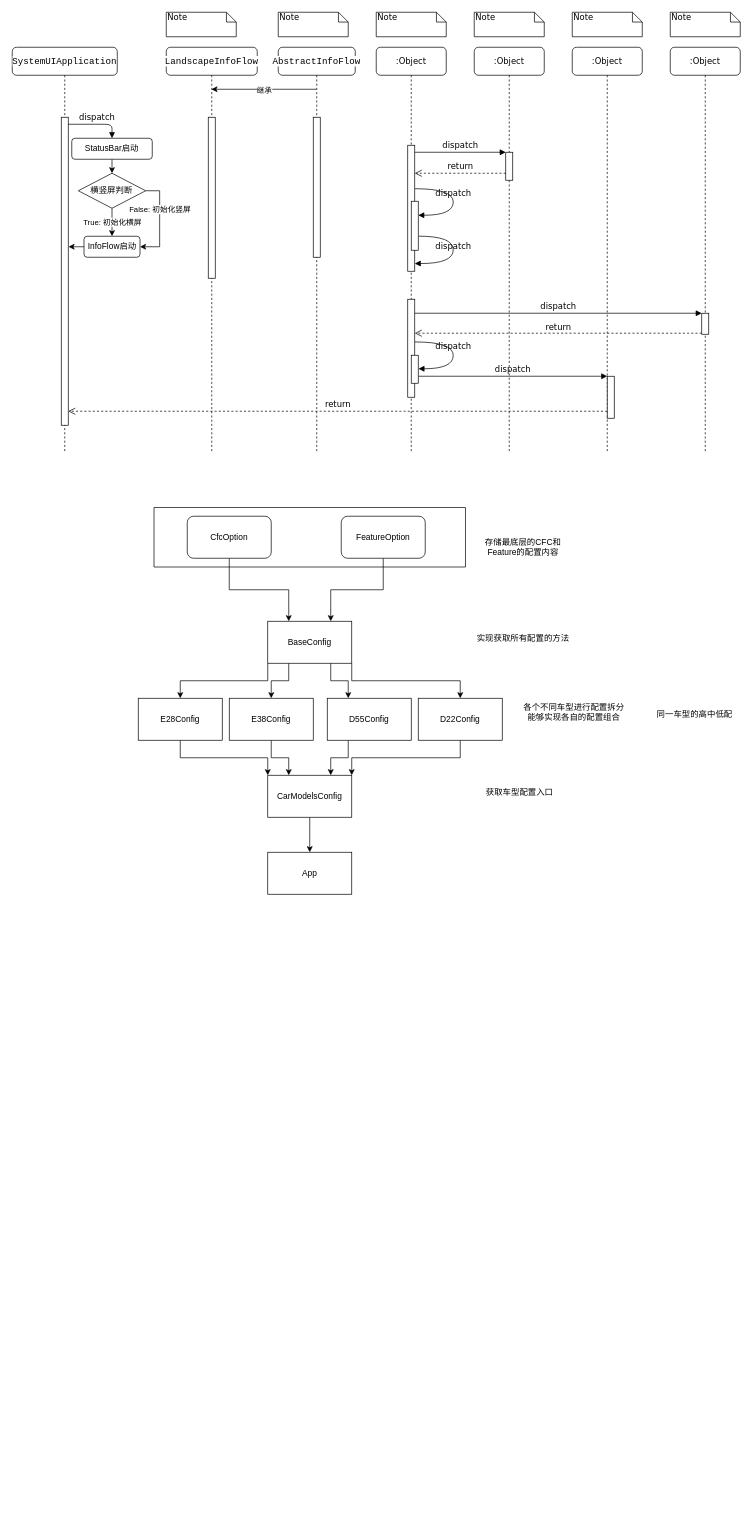
NanShanWuLe/FirstGitHub keeps this draw.io diagram as infoflow学习.drawio. Above is the earlier version. Source tidied: cells renumbered, new cells numbered last; positions are measured from the earlier drawing's top-left corner, leaving out a move shared by most shapes. Both pictures are drawn from the tidied source at 70%, with x=0, y=0 at pixel (12, 12).
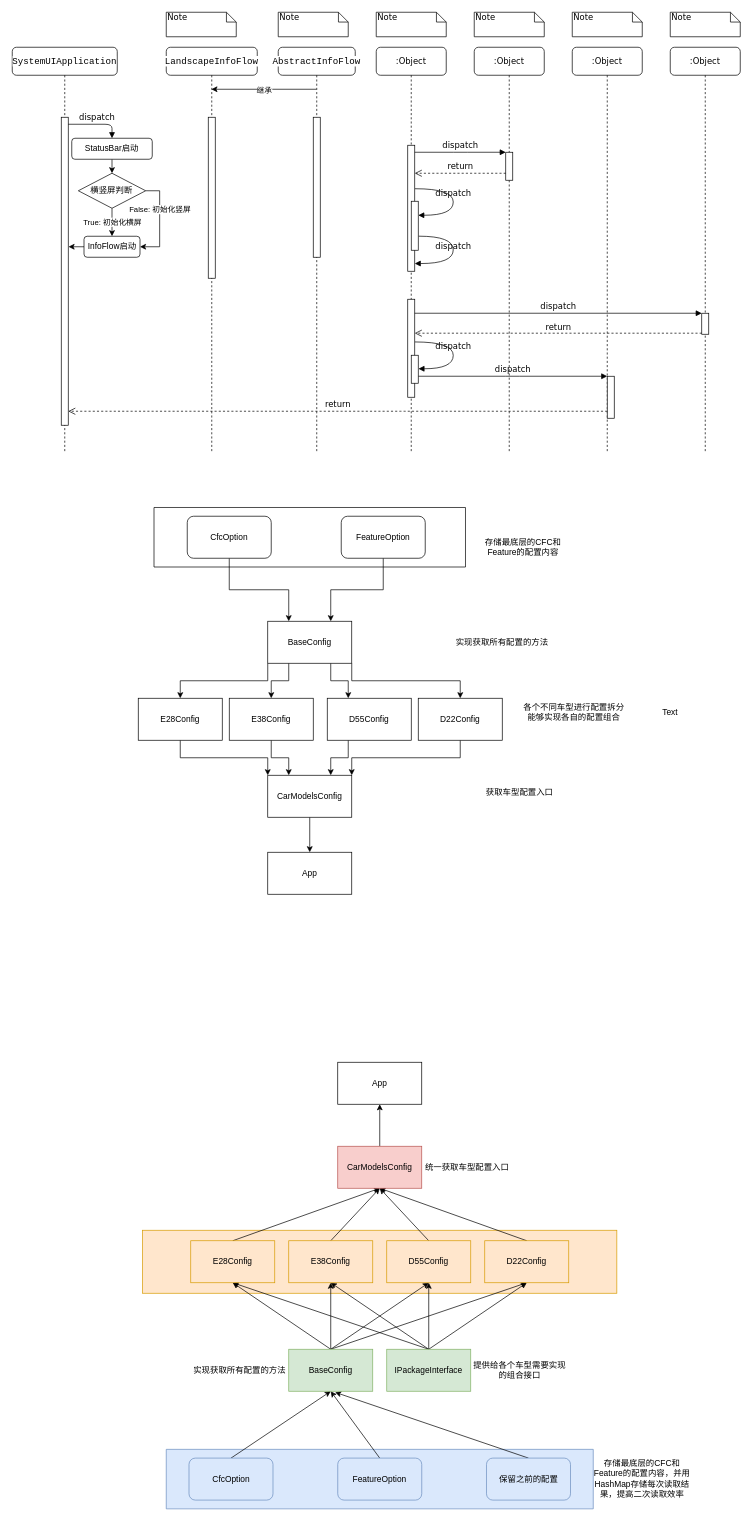
The same diagram, later.

Diff of the diagram source:
```diff
@@
+    <mxCell id="71" style="rounded=0;whiteSpace=wrap;html=1;fillColor=#ffe6cc;strokeColor=#d79b00;" parent="1" vertex="1">
+      <mxGeometry x="186.2" y="1740" width="677.5" height="90" as="geometry" />
+    </mxCell>
@@
     <mxCell id="56" value="实现获取所有配置的方法" style="text;html=1;strokeColor=none;fillColor=none;align=center;verticalAlign=middle;whiteSpace=wrap;rounded=0;" parent="1" vertex="1">
-      <mxGeometry x="660" y="870" width="140" height="50" as="geometry" />
+      <mxGeometry x="630" y="875" width="140" height="50" as="geometry" />
     </mxCell>
@@
-    <mxCell id="70" value="同一车型的高中低配" style="text;html=1;strokeColor=none;fillColor=none;align=center;verticalAlign=middle;whiteSpace=wrap;rounded=0;" parent="1" vertex="1">
-      <mxGeometry x="910" y="985" width="130" height="35" as="geometry" />
+    <mxCell id="70" value="Text" style="text;html=1;strokeColor=none;fillColor=none;align=center;verticalAlign=middle;whiteSpace=wrap;rounded=0;" parent="1" vertex="1">
+      <mxGeometry x="910" y="985" width="60" height="30" as="geometry" />
     </mxCell>
+    <mxCell id="72" style="verticalLabelPosition=bottom;verticalAlign=top;html=1;shape=mxgraph.basic.rect;fillColor2=none;strokeWidth=1;size=20;indent=5;fillColor=#dae8fc;strokeColor=#6c8ebf;" parent="1" vertex="1">
+      <mxGeometry x="220" y="2053" width="610" height="85" as="geometry" />
+    </mxCell>
+    <mxCell id="73" style="edgeStyle=none;rounded=0;jettySize=auto;html=1;exitX=0.5;exitY=0;exitDx=0;exitDy=0;entryX=0.5;entryY=1;entryDx=0;entryDy=0;" parent="1" edge="1" source="74" target="83">
+      <mxGeometry relative="1" as="geometry" />
+    </mxCell>
+    <mxCell id="74" value="CfcOption" style="rounded=1;whiteSpace=wrap;html=1;fillColor=#dae8fc;strokeColor=#6c8ebf;" parent="1" vertex="1">
+      <mxGeometry x="252.5" y="2065.5" width="120" height="60" as="geometry" />
+    </mxCell>
+    <mxCell id="75" style="edgeStyle=none;rounded=0;jettySize=auto;html=1;exitX=0.5;exitY=0;exitDx=0;exitDy=0;entryX=0.5;entryY=1;entryDx=0;entryDy=0;" parent="1" edge="1" source="76" target="83">
+      <mxGeometry relative="1" as="geometry" />
+    </mxCell>
+    <mxCell id="76" value="FeatureOption" style="rounded=1;whiteSpace=wrap;html=1;fillColor=#dae8fc;strokeColor=#6c8ebf;" parent="1" vertex="1">
+      <mxGeometry x="465" y="2065.5" width="120" height="60" as="geometry" />
+    </mxCell>
+    <mxCell id="77" style="edgeStyle=none;rounded=0;jettySize=auto;html=1;exitX=0.5;exitY=0;exitDx=0;exitDy=0;entryX=0.553;entryY=1.026;entryDx=0;entryDy=0;entryPerimeter=0;" parent="1" edge="1" source="78" target="83">
+      <mxGeometry relative="1" as="geometry" />
+    </mxCell>
+    <mxCell id="78" value="保留之前的配置" style="rounded=1;whiteSpace=wrap;html=1;fillColor=#dae8fc;strokeColor=#6c8ebf;" parent="1" vertex="1">
+      <mxGeometry x="677.5" y="2065.5" width="120" height="60" as="geometry" />
+    </mxCell>
+    <mxCell id="79" style="edgeStyle=none;rounded=0;jettySize=auto;html=1;exitX=0.5;exitY=0;exitDx=0;exitDy=0;entryX=0.5;entryY=1;entryDx=0;entryDy=0;" parent="1" edge="1" source="83" target="90">
+      <mxGeometry relative="1" as="geometry" />
+    </mxCell>
+    <mxCell id="80" style="edgeStyle=none;rounded=0;jettySize=auto;html=1;exitX=0.5;exitY=0;exitDx=0;exitDy=0;entryX=0.5;entryY=1;entryDx=0;entryDy=0;" parent="1" edge="1" source="83" target="92">
+      <mxGeometry relative="1" as="geometry" />
+    </mxCell>
+    <mxCell id="81" style="edgeStyle=none;rounded=0;jettySize=auto;html=1;exitX=0.5;exitY=0;exitDx=0;exitDy=0;entryX=0.5;entryY=1;entryDx=0;entryDy=0;" parent="1" edge="1" source="83" target="94">
+      <mxGeometry relative="1" as="geometry" />
+    </mxCell>
+    <mxCell id="82" style="edgeStyle=none;rounded=0;jettySize=auto;html=1;exitX=0.5;exitY=0;exitDx=0;exitDy=0;entryX=0.5;entryY=1;entryDx=0;entryDy=0;" parent="1" edge="1" source="83" target="96">
+      <mxGeometry relative="1" as="geometry" />
+    </mxCell>
+    <mxCell id="83" value="BaseConfig" style="rounded=0;whiteSpace=wrap;html=1;fillColor=#d5e8d4;strokeColor=#82b366;" parent="1" vertex="1">
+      <mxGeometry x="395" y="1910" width="120" height="60" as="geometry" />
+    </mxCell>
+    <mxCell id="84" style="edgeStyle=none;rounded=0;jettySize=auto;html=1;exitX=0.5;exitY=0;exitDx=0;exitDy=0;entryX=0.5;entryY=1;entryDx=0;entryDy=0;" parent="1" edge="1" source="88" target="90">
+      <mxGeometry relative="1" as="geometry" />
+    </mxCell>
+    <mxCell id="85" style="edgeStyle=none;rounded=0;jettySize=auto;html=1;exitX=0.5;exitY=0;exitDx=0;exitDy=0;entryX=0.5;entryY=1;entryDx=0;entryDy=0;" parent="1" edge="1" source="88" target="92">
+      <mxGeometry relative="1" as="geometry" />
+    </mxCell>
+    <mxCell id="86" style="edgeStyle=none;rounded=0;jettySize=auto;html=1;exitX=0.5;exitY=0;exitDx=0;exitDy=0;entryX=0.5;entryY=1;entryDx=0;entryDy=0;" parent="1" edge="1" source="88" target="94">
+      <mxGeometry relative="1" as="geometry" />
+    </mxCell>
+    <mxCell id="87" style="edgeStyle=none;rounded=0;jettySize=auto;html=1;exitX=0.5;exitY=0;exitDx=0;exitDy=0;entryX=0.5;entryY=1;entryDx=0;entryDy=0;" parent="1" edge="1" source="88" target="96">
+      <mxGeometry relative="1" as="geometry" />
+    </mxCell>
+    <mxCell id="88" value="IPackageInterface" style="rounded=0;whiteSpace=wrap;html=1;fillColor=#d5e8d4;strokeColor=#82b366;" parent="1" vertex="1">
+      <mxGeometry x="535" y="1910" width="120" height="60" as="geometry" />
+    </mxCell>
+    <mxCell id="89" style="edgeStyle=none;rounded=0;jettySize=auto;html=1;exitX=0.5;exitY=0;exitDx=0;exitDy=0;entryX=0.5;entryY=1;entryDx=0;entryDy=0;" parent="1" edge="1" source="90" target="101">
+      <mxGeometry relative="1" as="geometry" />
+    </mxCell>
+    <mxCell id="90" value="E28Config" style="rounded=0;whiteSpace=wrap;html=1;fillColor=#ffe6cc;strokeColor=#d79b00;" parent="1" vertex="1">
+      <mxGeometry x="255" y="1755" width="120" height="60" as="geometry" />
+    </mxCell>
+    <mxCell id="91" style="edgeStyle=none;rounded=0;jettySize=auto;html=1;exitX=0.5;exitY=0;exitDx=0;exitDy=0;entryX=0.5;entryY=1;entryDx=0;entryDy=0;" parent="1" edge="1" source="92" target="101">
+      <mxGeometry relative="1" as="geometry" />
+    </mxCell>
+    <mxCell id="92" value="E38Config" style="rounded=0;whiteSpace=wrap;html=1;fillColor=#ffe6cc;strokeColor=#d79b00;" parent="1" vertex="1">
+      <mxGeometry x="395" y="1755" width="120" height="60" as="geometry" />
+    </mxCell>
+    <mxCell id="93" style="edgeStyle=none;rounded=0;jettySize=auto;html=1;exitX=0.5;exitY=0;exitDx=0;exitDy=0;entryX=0.5;entryY=1;entryDx=0;entryDy=0;" parent="1" edge="1" source="94" target="101">
+      <mxGeometry relative="1" as="geometry" />
+    </mxCell>
+    <mxCell id="94" value="D55Config" style="rounded=0;whiteSpace=wrap;html=1;fillColor=#ffe6cc;strokeColor=#d79b00;" parent="1" vertex="1">
+      <mxGeometry x="535" y="1755" width="120" height="60" as="geometry" />
+    </mxCell>
+    <mxCell id="95" style="edgeStyle=none;rounded=0;jettySize=auto;html=1;exitX=0.5;exitY=0;exitDx=0;exitDy=0;entryX=0.5;entryY=1;entryDx=0;entryDy=0;" parent="1" edge="1" source="96" target="101">
+      <mxGeometry relative="1" as="geometry" />
+    </mxCell>
+    <mxCell id="96" value="D22Config" style="rounded=0;whiteSpace=wrap;html=1;fillColor=#ffe6cc;strokeColor=#d79b00;" parent="1" vertex="1">
+      <mxGeometry x="675" y="1755" width="120" height="60" as="geometry" />
+    </mxCell>
+    <mxCell id="97" value="存储最底层的CFC和Feature的配置内容，并用HashMap存储每次读取结果，提高二次读取效率" style="text;html=1;strokeColor=none;fillColor=none;align=center;verticalAlign=middle;whiteSpace=wrap;rounded=0;" parent="1" vertex="1">
+      <mxGeometry x="830" y="2069" width="140" height="52.5" as="geometry" />
+    </mxCell>
+    <mxCell id="98" value="实现获取所有配置的方法" style="text;html=1;strokeColor=none;fillColor=none;align=center;verticalAlign=middle;whiteSpace=wrap;rounded=0;" parent="1" vertex="1">
+      <mxGeometry x="255" y="1915" width="140" height="50" as="geometry" />
+    </mxCell>
+    <mxCell id="99" value="提供给各个车型需要实现的组合接口" style="text;html=1;strokeColor=none;fillColor=none;align=center;verticalAlign=middle;whiteSpace=wrap;rounded=0;" parent="1" vertex="1">
+      <mxGeometry x="655" y="1915" width="140" height="50" as="geometry" />
+    </mxCell>
+    <mxCell id="100" style="edgeStyle=none;rounded=0;jettySize=auto;html=1;exitX=0.5;exitY=0;exitDx=0;exitDy=0;entryX=0.5;entryY=1;entryDx=0;entryDy=0;" parent="1" edge="1" source="101" target="103">
+      <mxGeometry relative="1" as="geometry" />
+    </mxCell>
+    <mxCell id="101" value="CarModelsConfig" style="rounded=0;whiteSpace=wrap;html=1;fillColor=#f8cecc;strokeColor=#b85450;" parent="1" vertex="1">
+      <mxGeometry x="465" y="1620" width="120" height="60" as="geometry" />
+    </mxCell>
+    <mxCell id="102" value="统一获取车型配置入口" style="text;html=1;strokeColor=none;fillColor=none;align=center;verticalAlign=middle;whiteSpace=wrap;rounded=0;" parent="1" vertex="1">
+      <mxGeometry x="585" y="1625" width="130" height="50" as="geometry" />
+    </mxCell>
+    <mxCell id="103" value="App" style="rounded=0;whiteSpace=wrap;html=1;" parent="1" vertex="1">
+      <mxGeometry x="465" y="1500" width="120" height="60" as="geometry" />
+    </mxCell>
```
